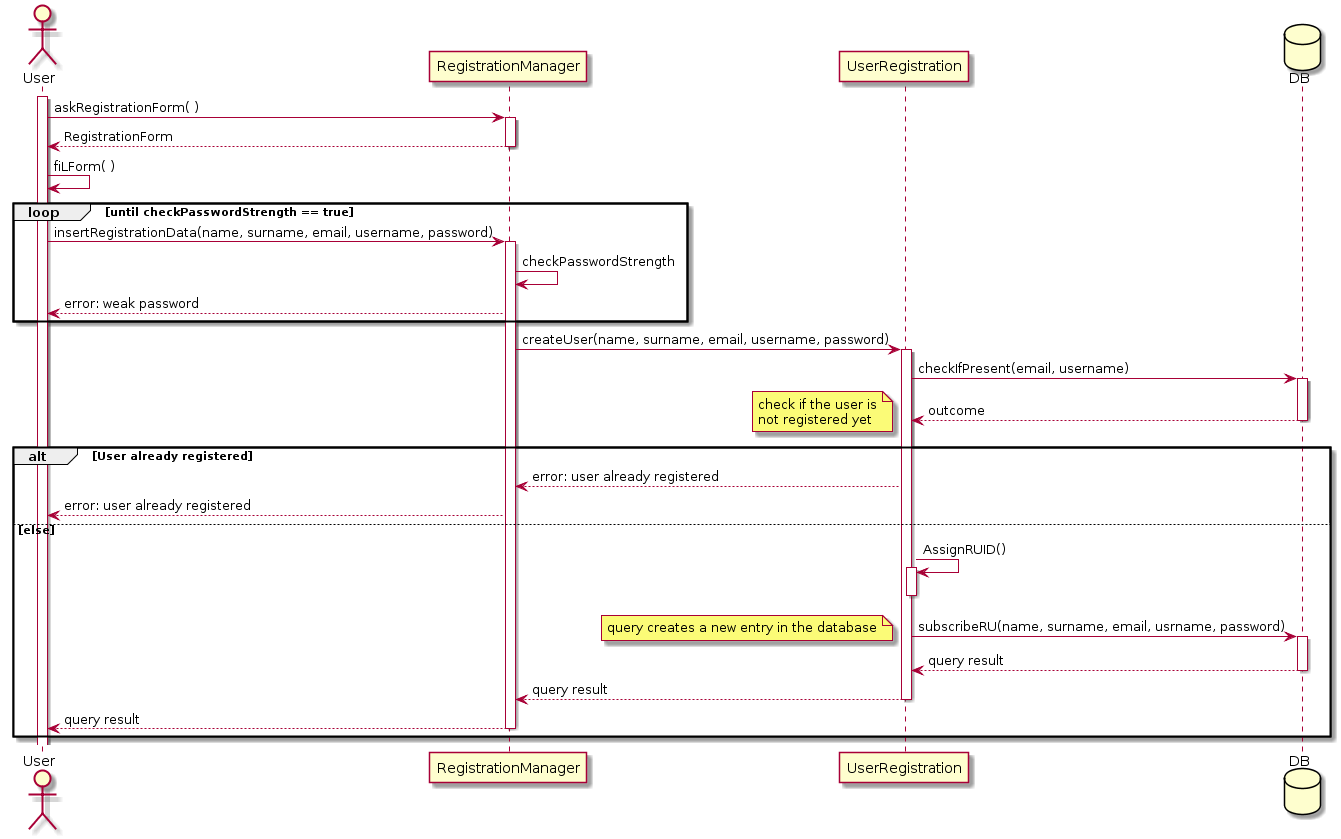
fafrullo2/PanzeriPeruginiPipita keeps this PlantUML diagram as DD/Images/seqDiag_userReg.png. Above is the earlier version.
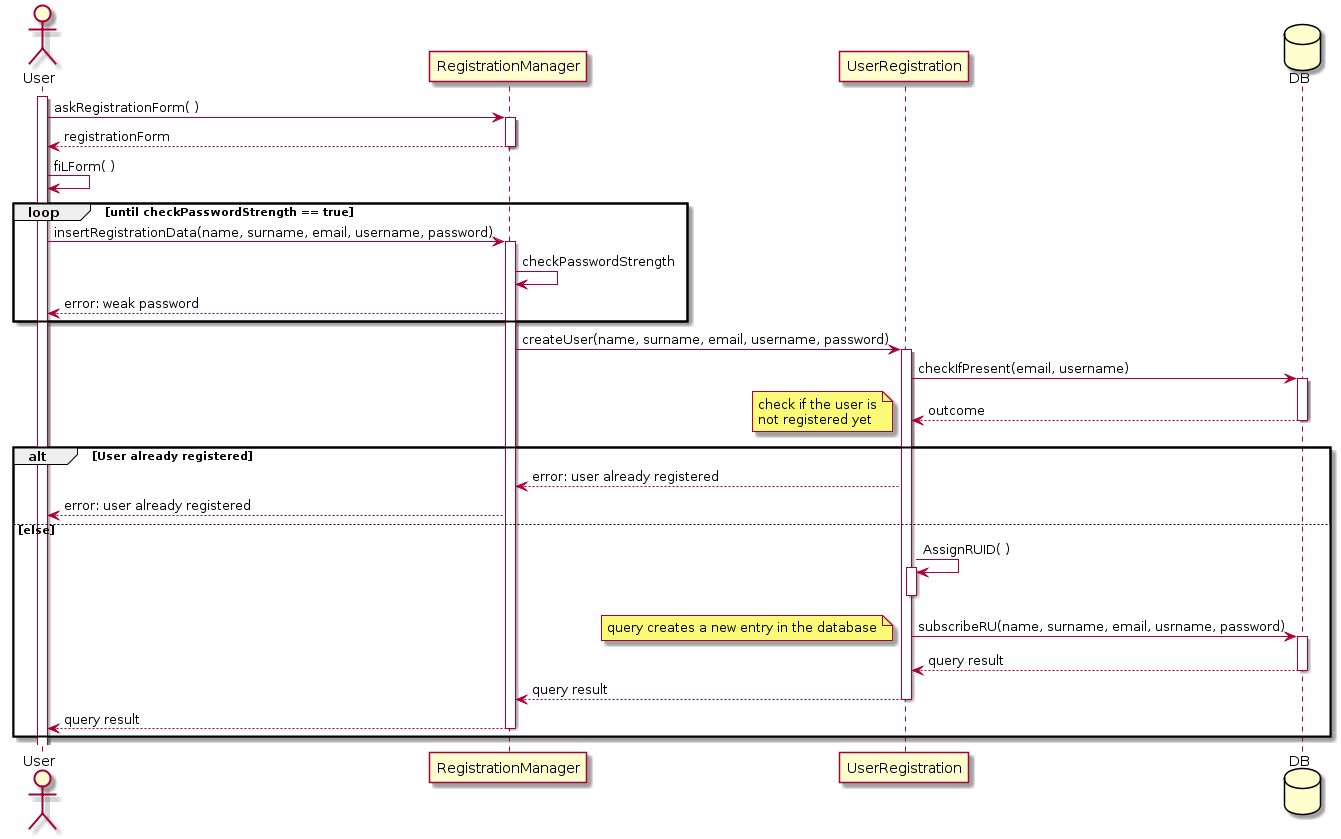
After the commit.

The edit, as a diff of the source:
```diff
@@ -8,7 +8,7 @@
 User -> RegistrationManager: askRegistrationForm( )
 activate RegistrationManager
 
-return RegistrationForm
+return registrationForm
 
 User -> User: fiLForm( )
 
@@ -39,7 +39,7 @@
     User <-- RegistrationManager: error: user already registered
 
 else  else
-	UserRegistration -> UserRegistration: AssignRUID()
+	UserRegistration -> UserRegistration: AssignRUID( )
 	activate UserRegistration
 	deactivate UserRegistration
 
```
